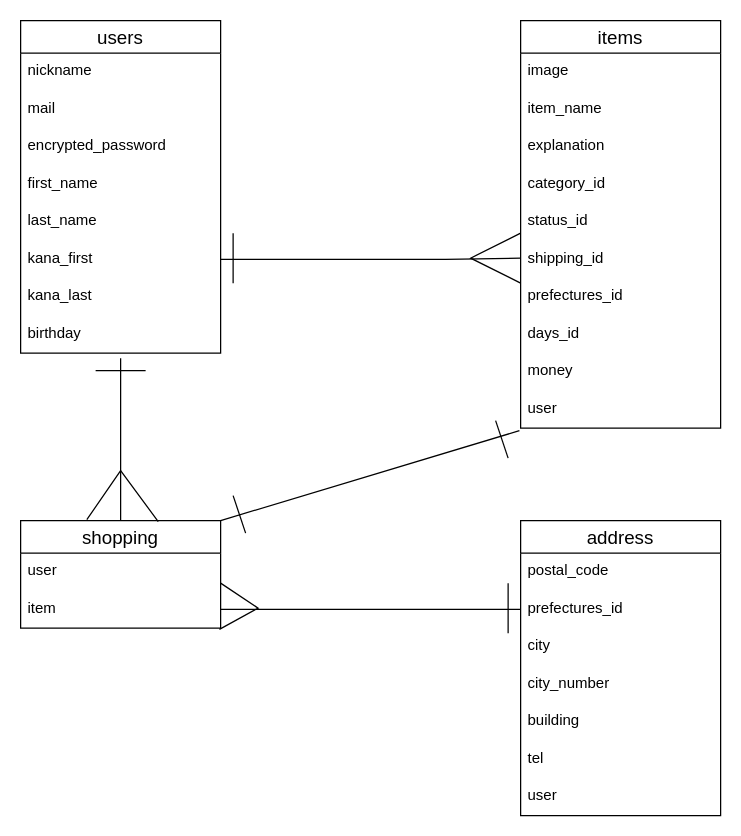
This is furima.dio from iori-m-0801/furima-31999, a draw.io file, before an edit. Source tidied: cells renumbered, new cells numbered last; positions are measured from the earlier drawing's top-left corner, leaving out a move shared by most shapes. Both pictures are drawn from the tidied source at 125%, with x=0, y=0 at pixel (20, 20).
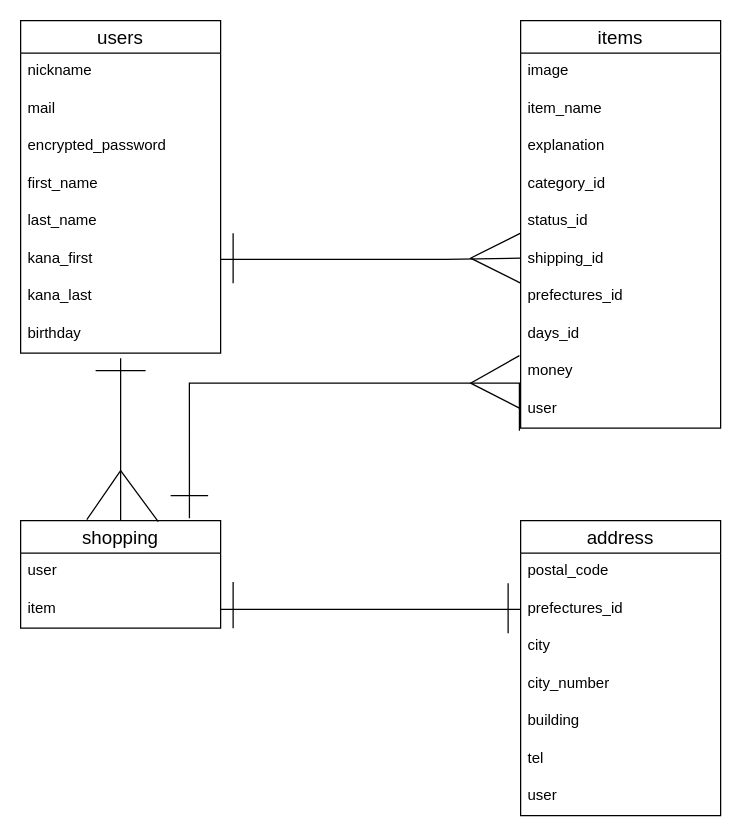
The same diagram, later.

Commit message (it also covers changes not shown here):
データベース設計修正6

The change refers to these unchanged cells:
```xml
<mxCell id="21" value="money" style="text;strokeColor=none;fillColor=none;spacingLeft=4;spacingRight=4;overflow=hidden;points=[[0,0.5],[1,0.5]];portConstraint=eastwest;fontSize=12;" parent="12" vertex="1">
  <mxGeometry y="266" width="160" height="30" as="geometry" />
</mxCell>
<mxCell id="22" value="user" style="text;strokeColor=none;fillColor=none;spacingLeft=4;spacingRight=4;overflow=hidden;points=[[0,0.5],[1,0.5]];portConstraint=eastwest;fontSize=12;" parent="12" vertex="1">
  <mxGeometry y="296" width="160" height="30" as="geometry" />
</mxCell>
<mxCell id="32" value="shopping" style="swimlane;fontStyle=0;horizontal=1;startSize=26;align=center;fontSize=15;" parent="1" vertex="1">
  <mxGeometry y="400" width="160" height="86" as="geometry" />
</mxCell>
<mxCell id="34" value="item" style="text;strokeColor=none;fillColor=none;spacingLeft=4;spacingRight=4;overflow=hidden;points=[[0,0.5],[1,0.5]];portConstraint=eastwest;fontSize=12;" parent="32" vertex="1">
  <mxGeometry y="56" width="160" height="30" as="geometry" />
</mxCell>
```

The edit, as a diff of the source:
```diff
@@
-    <mxCell id="2" style="endArrow=none;html=1;rounded=0;fontSize=15;" parent="1" edge="1">
+    <mxCell id="2" style="endArrow=none;html=1;rounded=0;fontSize=15;exitX=-0.006;exitY=0.067;exitDx=0;exitDy=0;exitPerimeter=0;" parent="1" edge="1" source="21">
       <mxGeometry relative="1" as="geometry">
-        <mxPoint x="380" y="320" as="sourcePoint" />
-        <mxPoint x="390" y="350" as="targetPoint" />
+        <mxPoint x="399" y="310" as="targetPoint" />
+        <Array as="points">
+          <mxPoint x="360" y="290" />
+        </Array>
       </mxGeometry>
     </mxCell>
@@
-    <mxCell id="35" style="endArrow=none;html=1;rounded=0;fontSize=15;entryX=0.994;entryY=1.033;entryDx=0;entryDy=0;entryPerimeter=0;" parent="32" edge="1" target="34">
-      <mxGeometry relative="1" as="geometry">
-        <mxPoint x="160" y="50" as="sourcePoint" />
-        <Array as="points">
-          <mxPoint x="190" y="70" />
-        </Array>
-      </mxGeometry>
-    </mxCell>
@@
-    <mxCell id="43" style="endArrow=none;html=1;rounded=0;fontSize=15;entryX=-0.006;entryY=1.067;entryDx=0;entryDy=0;exitX=1;exitY=0;exitDx=0;exitDy=0;entryPerimeter=0;" parent="1" edge="1" source="32" target="22">
-      <mxGeometry relative="1" as="geometry" />
+    <mxCell id="43" style="endArrow=none;html=1;rounded=0;fontSize=15;entryX=-0.006;entryY=1.067;entryDx=0;entryDy=0;exitX=0.844;exitY=-0.023;exitDx=0;exitDy=0;entryPerimeter=0;exitPerimeter=0;" parent="1" edge="1" source="32" target="22">
+      <mxGeometry relative="1" as="geometry">
+        <Array as="points">
+          <mxPoint x="135" y="290" />
+          <mxPoint x="399" y="290" />
+        </Array>
+      </mxGeometry>
     </mxCell>
     <mxCell id="44" style="endArrow=none;html=1;rounded=0;fontSize=15;" parent="1" edge="1">
       <mxGeometry relative="1" as="geometry">
-        <mxPoint x="170" y="380" as="sourcePoint" />
-        <mxPoint x="180" y="410" as="targetPoint" />
+        <mxPoint x="120" y="380" as="sourcePoint" />
+        <mxPoint x="150" y="380" as="targetPoint" />
       </mxGeometry>
     </mxCell>
+    <mxCell id="35" style="endArrow=none;html=1;rounded=0;fontSize=15;" parent="1" edge="1">
+      <mxGeometry relative="1" as="geometry">
+        <mxPoint x="170" y="449" as="sourcePoint" />
+        <mxPoint x="170" y="486" as="targetPoint" />
+        <Array as="points">
+          <mxPoint x="170" y="469" />
+        </Array>
+      </mxGeometry>
+    </mxCell>
```
